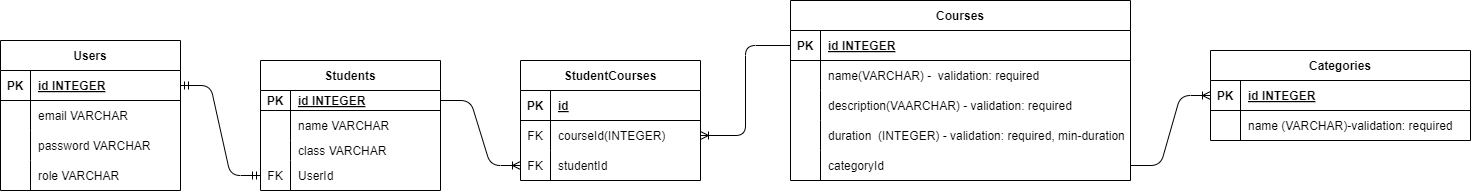
Earlier version of the draw.io export schema.drawio.png (QQPP37/PP-KP). Source tidied: cells renumbered, new cells last; positions are measured from the earlier drawing's top-left corner, leaving out a move shared by most shapes.
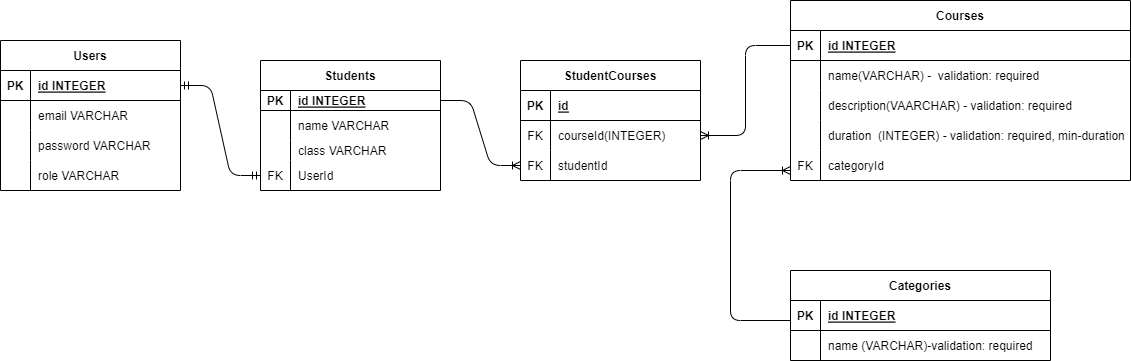
After the commit.

What changed in the source:
```diff
@@ -83,7 +83,7 @@
     <mxCell id="28" style="shape=tableRow;horizontal=0;startSize=0;swimlaneHead=0;swimlaneBody=0;fillColor=none;points=[[0,0.5],[1,0.5]];portConstraint=eastwest;top=0;left=0;right=0;bottom=0;" parent="15" vertex="1">
       <mxGeometry y="150" width="340" height="30" as="geometry" />
     </mxCell>
-    <mxCell id="29" style="shape=partialRectangle;fillColor=none;top=0;left=0;bottom=0;right=0;overflow=hidden;" parent="28" vertex="1">
+    <mxCell id="29" value="FK" style="shape=partialRectangle;fillColor=none;top=0;left=0;bottom=0;right=0;overflow=hidden;" parent="28" vertex="1">
       <mxGeometry width="30" height="30" as="geometry" />
     </mxCell>
     <mxCell id="30" value="categoryId" style="shape=partialRectangle;fillColor=none;top=0;left=0;bottom=0;right=0;align=left;spacingLeft=6;overflow=hidden;" parent="28" vertex="1">
@@ -168,7 +168,7 @@
       <mxGeometry relative="1" as="geometry" />
     </mxCell>
     <mxCell id="57" value="Categories" style="shape=table;startSize=30;rowLines=0;fontStyle=1;align=center;" parent="1" vertex="1">
-      <mxGeometry x="1210" y="50" width="260" height="90" as="geometry" />
+      <mxGeometry x="790" y="270" width="260" height="90" as="geometry" />
     </mxCell>
     <mxCell id="58" style="shape=tableRow;horizontal=0;startSize=0;swimlaneHead=0;swimlaneBody=0;fillColor=none;points=[[0,0.5],[1,0.5]];portConstraint=eastwest;top=0;left=0;right=0;bottom=1;" parent="57" vertex="1">
       <mxGeometry y="30" width="260" height="30" as="geometry" />
@@ -188,8 +188,15 @@
     <mxCell id="63" value="name (VARCHAR)-validation: required" style="shape=partialRectangle;fillColor=none;top=0;left=0;bottom=0;right=0;align=left;spacingLeft=6;overflow=hidden;" parent="61" vertex="1">
       <mxGeometry x="30" width="230" height="30" as="geometry" />
     </mxCell>
-    <mxCell id="64" style="edgeStyle=entityRelationEdgeStyle;fontSize=12;html=1;endArrow=ERoneToMany;entryX=0;entryY=0.5;entryDx=0;entryDy=0;exitX=1;exitY=0.5;exitDx=0;exitDy=0;" parent="1" edge="1" source="28" target="58">
-      <mxGeometry relative="1" as="geometry" />
+    <mxCell id="64" style="fontSize=12;html=1;endArrow=ERoneToMany;edgeStyle=orthogonalEdgeStyle;" parent="1" edge="1">
+      <mxGeometry relative="1" as="geometry">
+        <mxPoint x="790" y="320" as="sourcePoint" />
+        <mxPoint x="790" y="170" as="targetPoint" />
+        <Array as="points">
+          <mxPoint x="730" y="320" />
+          <mxPoint x="730" y="170" />
+        </Array>
+      </mxGeometry>
     </mxCell>
   </root>
 </mxGraphModel>
```
